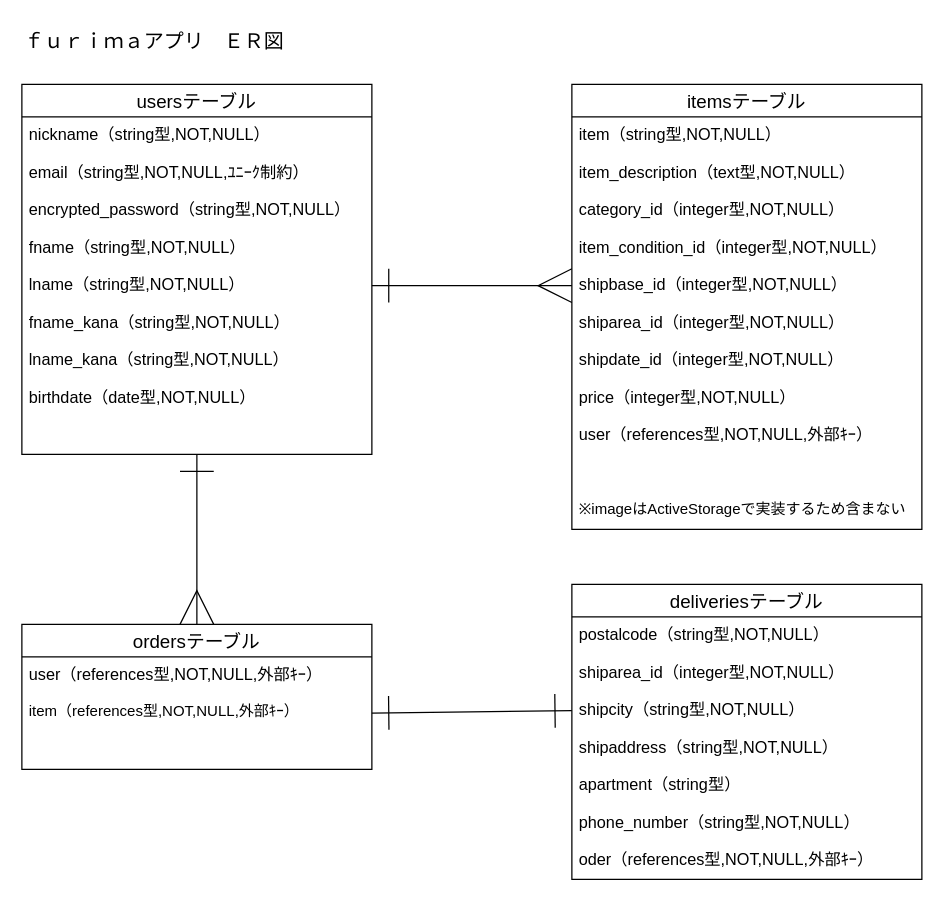
This is er.dio from tk10589/furima-39354, a draw.io file, before an edit. Source tidied: cells renumbered, new cells numbered last; positions are measured from the earlier drawing's top-left corner, leaving out a move shared by most shapes. Both pictures are drawn from the tidied source at 125%, with x=0, y=0 at pixel (21, 21).
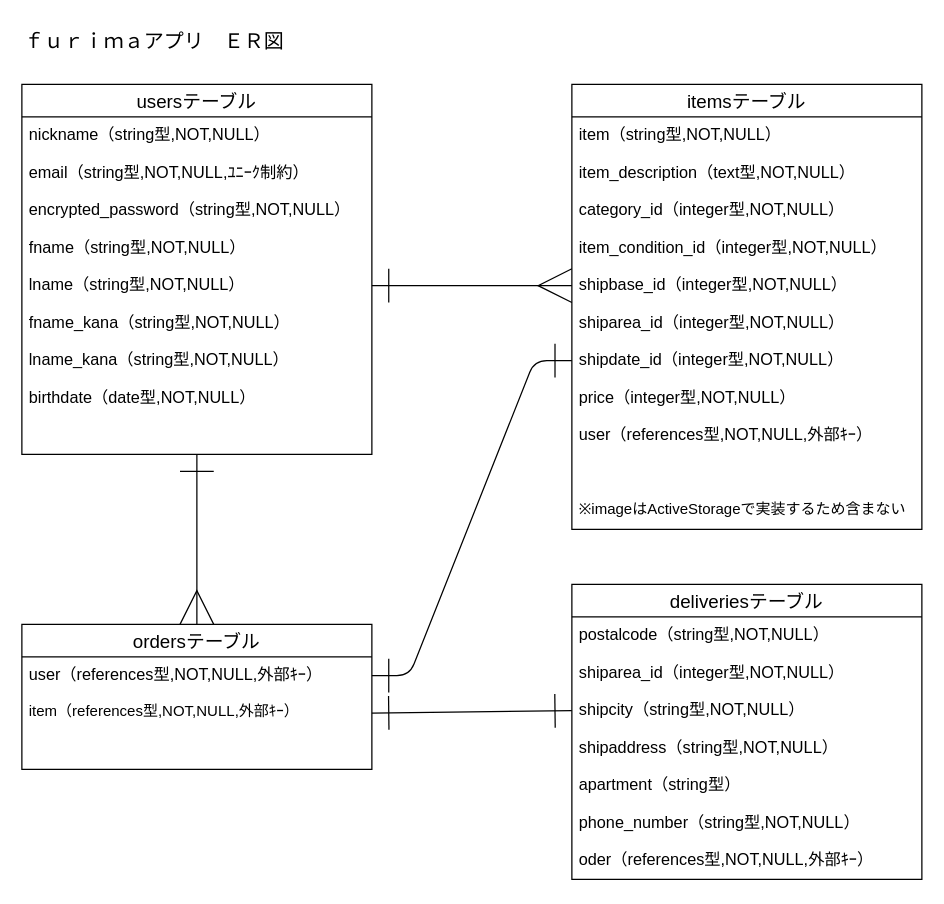
After the change.

Commit message (it also covers changes not shown here):
READMEにデータベース設計を再記述3

The change refers to these unchanged cells:
```xml
<mxCell id="20" value="shipdate_id（integer型,NOT,NULL）" style="text;strokeColor=none;fillColor=none;spacingLeft=4;spacingRight=4;overflow=hidden;points=[[0,0.5],[1,0.5]];portConstraint=eastwest;fontSize=13;" parent="13" vertex="1">
  <mxGeometry y="206" width="280" height="30" as="geometry" />
</mxCell>
<mxCell id="26" value="user（references型,NOT,NULL,外部ｷｰ）" style="text;strokeColor=none;fillColor=none;spacingLeft=4;spacingRight=4;overflow=hidden;points=[[0,0.5],[1,0.5]];portConstraint=eastwest;fontSize=13;" parent="25" vertex="1">
  <mxGeometry y="26" width="280" height="30" as="geometry" />
</mxCell>
```

Diff of the diagram source:
```diff
@@
+    <mxCell id="40" style="edgeStyle=entityRelationEdgeStyle;fontSize=12;html=1;endArrow=ERone;endFill=0;endSize=25;startArrow=ERone;startFill=0;startSize=25;entryX=0;entryY=0.5;entryDx=0;entryDy=0;" parent="1" edge="1" source="26" target="20">
+      <mxGeometry relative="1" as="geometry" />
+    </mxCell>
```
